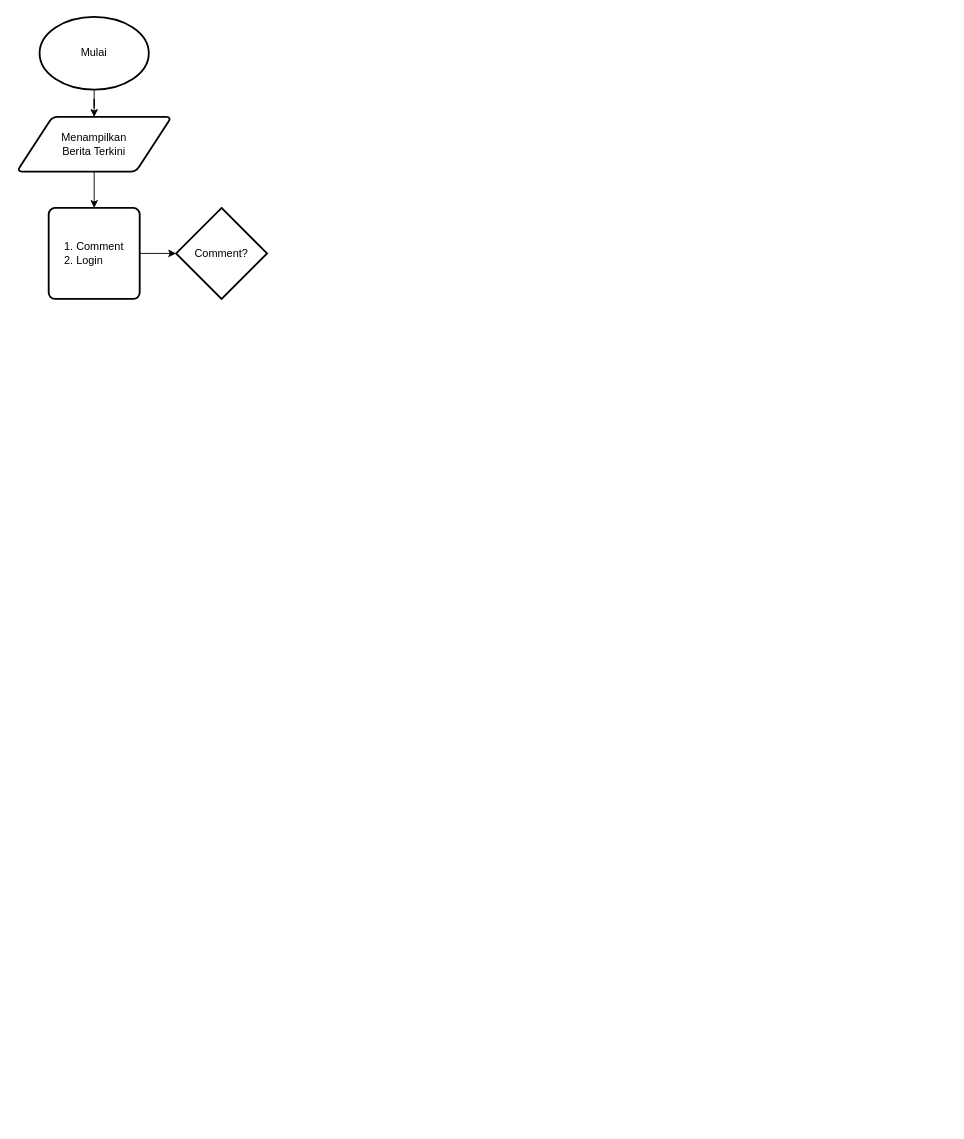
dapzz-id/DrawIO keeps this draw.io diagram as app-berita.drawio. Above is the earlier version. Source tidied: cells renumbered, new cells numbered last; positions are measured from the earlier drawing's top-left corner, leaving out a move shared by most shapes. Both pictures are drawn from the tidied source at 91%, with x=0, y=0 at pixel (16, 16).
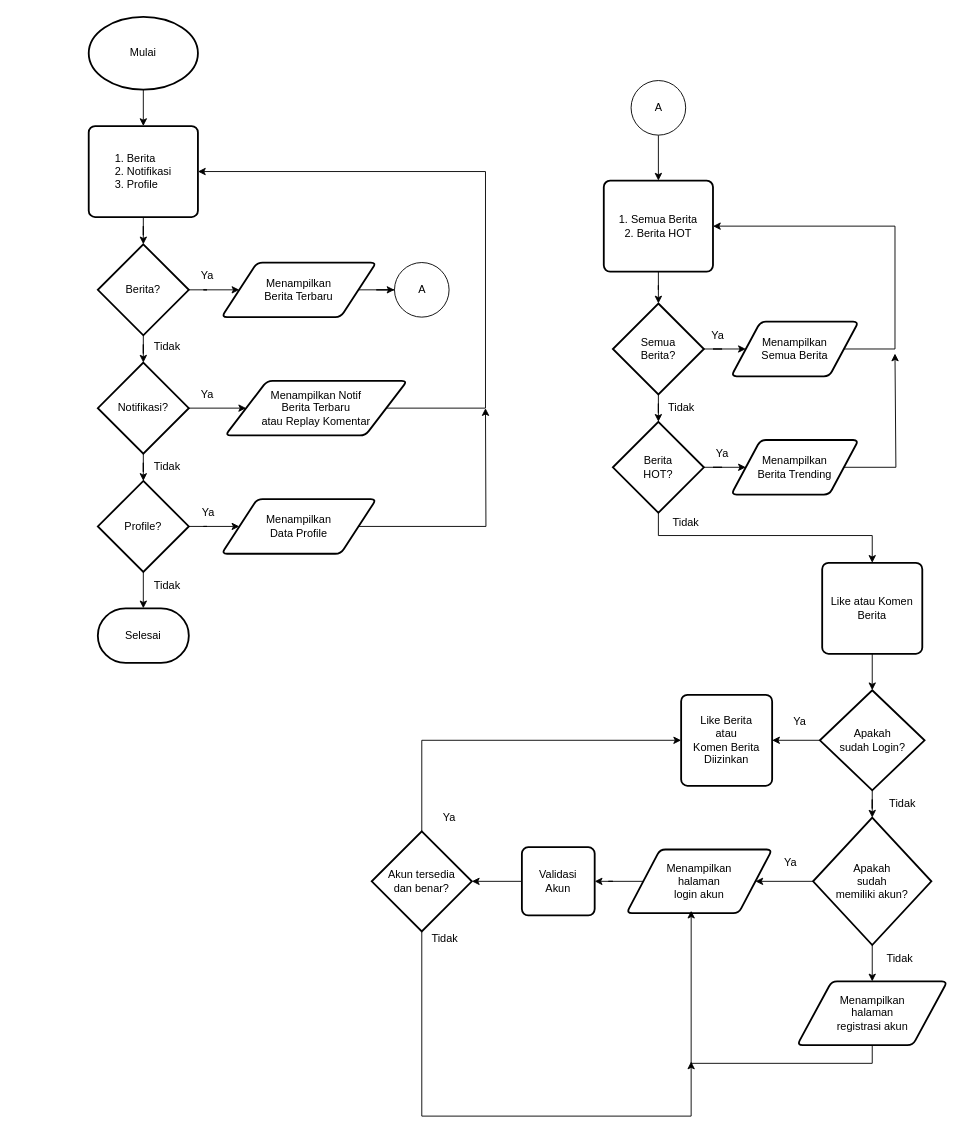
The same page after the edit.

Change to the diagram source:
```diff
@@
-    <mxCell id="2" style="edgeStyle=orthogonalEdgeStyle;rounded=0;jettySize=auto;html=1;" parent="1" edge="1" source="3" target="5">
-      <mxGeometry relative="1" as="geometry" />
-    </mxCell>
+    <mxCell id="9" style="edgeStyle=orthogonalEdgeStyle;rounded=0;jettySize=auto;html=1;" parent="1" edge="1" source="3" target="7">
+      <mxGeometry relative="1" as="geometry" />
+    </mxCell>
     <mxCell id="3" value="Mulai" style="strokeWidth=2;html=1;shape=mxgraph.flowchart.start_2;whiteSpace=wrap;" parent="1" vertex="1">
-      <mxGeometry x="25" width="120" height="80" as="geometry" />
+      <mxGeometry x="79" width="120" height="80" as="geometry" />
     </mxCell>
-    <mxCell id="4" style="edgeStyle=orthogonalEdgeStyle;rounded=0;jettySize=auto;html=1;" parent="1" edge="1" source="5" target="7">
-      <mxGeometry relative="1" as="geometry" />
-    </mxCell>
+    <mxCell id="10" style="edgeStyle=orthogonalEdgeStyle;rounded=0;jettySize=auto;html=1;" parent="1" edge="1" source="5" target="45">
+      <mxGeometry relative="1" as="geometry" />
+    </mxCell>
-    <mxCell id="5" value="Menampilkan&lt;div&gt;Berita Terkini&lt;/div&gt;" style="shape=parallelogram;html=1;strokeWidth=2;perimeter=parallelogramPerimeter;whiteSpace=wrap;rounded=1;arcSize=12;size=0.23;" parent="1" vertex="1">
-      <mxGeometry y="110" width="170" height="60" as="geometry" />
+    <mxCell id="5" value="Menampilkan&lt;div&gt;Berita Terbaru&lt;/div&gt;" style="shape=parallelogram;html=1;strokeWidth=2;perimeter=parallelogramPerimeter;whiteSpace=wrap;rounded=1;arcSize=12;size=0.23;" parent="1" vertex="1">
+      <mxGeometry x="225" y="270" width="170" height="60" as="geometry" />
     </mxCell>
-    <mxCell id="6" style="edgeStyle=orthogonalEdgeStyle;rounded=0;jettySize=auto;html=1;" parent="1" edge="1" source="7" target="8">
-      <mxGeometry relative="1" as="geometry" />
-    </mxCell>
+    <mxCell id="11" style="edgeStyle=orthogonalEdgeStyle;rounded=0;jettySize=auto;html=1;" parent="1" edge="1" source="7" target="27">
+      <mxGeometry relative="1" as="geometry" />
+    </mxCell>
-    <mxCell id="7" value="&lt;div style=&quot;text-align: justify;&quot;&gt;&lt;span style=&quot;background-color: initial;&quot;&gt;1. Comment&lt;/span&gt;&lt;/div&gt;&lt;div style=&quot;text-align: justify;&quot;&gt;2. Login&lt;/div&gt;" style="rounded=1;whiteSpace=wrap;html=1;absoluteArcSize=1;arcSize=14;strokeWidth=2;" parent="1" vertex="1">
-      <mxGeometry x="35" y="210" width="100" height="100" as="geometry" />
+    <mxCell id="7" value="&lt;div style=&quot;text-align: justify;&quot;&gt;1. Berita&lt;/div&gt;&lt;div style=&quot;text-align: justify;&quot;&gt;2. Notifikasi&lt;/div&gt;&lt;div style=&quot;text-align: justify;&quot;&gt;3. Profile&lt;/div&gt;" style="rounded=1;whiteSpace=wrap;html=1;absoluteArcSize=1;arcSize=14;strokeWidth=2;" parent="1" vertex="1">
+      <mxGeometry x="79" y="120" width="120" height="100" as="geometry" />
     </mxCell>
-    <mxCell id="8" value="Comment?" style="strokeWidth=2;html=1;shape=mxgraph.flowchart.decision;whiteSpace=wrap;" parent="1" vertex="1">
-      <mxGeometry x="175" y="210" width="100" height="100" as="geometry" />
-    </mxCell>
+    <mxCell id="12" style="edgeStyle=orthogonalEdgeStyle;rounded=0;jettySize=auto;html=1;" parent="1" edge="1" source="14" target="16">
+      <mxGeometry relative="1" as="geometry" />
+    </mxCell>
+    <mxCell id="13" style="edgeStyle=orthogonalEdgeStyle;rounded=0;jettySize=auto;html=1;" parent="1" edge="1" source="14" target="20">
+      <mxGeometry relative="1" as="geometry" />
+    </mxCell>
+    <mxCell id="14" value="Semua&lt;div&gt;Berita?&lt;/div&gt;" style="strokeWidth=2;html=1;shape=mxgraph.flowchart.decision;whiteSpace=wrap;" parent="1" vertex="1">
+      <mxGeometry x="655" y="315" width="100" height="100" as="geometry" />
+    </mxCell>
+    <mxCell id="15" style="edgeStyle=orthogonalEdgeStyle;rounded=0;jettySize=auto;html=1;exitX=1;exitY=0.5;exitDx=0;exitDy=0;entryX=1;entryY=0.5;entryDx=0;entryDy=0;" parent="1" edge="1" source="16" target="49">
+      <mxGeometry relative="1" as="geometry">
+        <Array as="points">
+          <mxPoint x="965" y="365" />
+          <mxPoint x="965" y="230" />
+        </Array>
+      </mxGeometry>
+    </mxCell>
+    <mxCell id="16" value="Menampilkan&lt;div&gt;Semua Berita&lt;/div&gt;" style="shape=parallelogram;html=1;strokeWidth=2;perimeter=parallelogramPerimeter;whiteSpace=wrap;rounded=1;arcSize=12;size=0.23;" parent="1" vertex="1">
+      <mxGeometry x="785" y="335" width="140" height="60" as="geometry" />
+    </mxCell>
+    <mxCell id="17" value="Ya" style="text;html=1;align=center;verticalAlign=middle;strokeColor=none;fillColor=none;" parent="1" vertex="1">
+      <mxGeometry x="750" y="335" width="40" height="30" as="geometry" />
+    </mxCell>
+    <mxCell id="18" style="edgeStyle=orthogonalEdgeStyle;rounded=0;jettySize=auto;html=1;" parent="1" edge="1" source="20" target="23">
+      <mxGeometry relative="1" as="geometry" />
+    </mxCell>
+    <mxCell id="19" style="edgeStyle=orthogonalEdgeStyle;rounded=0;jettySize=auto;html=1;" parent="1" edge="1" source="20" target="51">
+      <mxGeometry relative="1" as="geometry">
+        <Array as="points">
+          <mxPoint x="705" y="570" />
+          <mxPoint x="940" y="570" />
+        </Array>
+      </mxGeometry>
+    </mxCell>
+    <mxCell id="20" value="Berita&lt;div&gt;HOT?&lt;/div&gt;" style="strokeWidth=2;html=1;shape=mxgraph.flowchart.decision;whiteSpace=wrap;" parent="1" vertex="1">
+      <mxGeometry x="655" y="445" width="100" height="100" as="geometry" />
+    </mxCell>
+    <mxCell id="21" value="Tidak" style="text;html=1;align=center;verticalAlign=middle;strokeColor=none;fillColor=none;" parent="1" vertex="1">
+      <mxGeometry x="705" y="415" width="50" height="30" as="geometry" />
+    </mxCell>
+    <mxCell id="22" style="edgeStyle=orthogonalEdgeStyle;rounded=0;jettySize=auto;html=1;exitX=1;exitY=0.5;exitDx=0;exitDy=0;" parent="1" edge="1" source="23">
+      <mxGeometry relative="1" as="geometry">
+        <mxPoint x="965" y="370" as="targetPoint" />
+        <Array as="points">
+          <mxPoint x="966" y="495" />
+          <mxPoint x="966" y="370" />
+        </Array>
+      </mxGeometry>
+    </mxCell>
+    <mxCell id="23" value="Menampilkan&lt;div&gt;Berita Trending&lt;/div&gt;" style="shape=parallelogram;html=1;strokeWidth=2;perimeter=parallelogramPerimeter;whiteSpace=wrap;rounded=1;arcSize=12;size=0.23;" parent="1" vertex="1">
+      <mxGeometry x="785" y="465" width="140" height="60" as="geometry" />
+    </mxCell>
+    <mxCell id="24" value="Ya" style="text;html=1;align=center;verticalAlign=middle;strokeColor=none;fillColor=none;" parent="1" vertex="1">
+      <mxGeometry x="755" y="465" width="40" height="30" as="geometry" />
+    </mxCell>
+    <mxCell id="25" style="edgeStyle=orthogonalEdgeStyle;rounded=0;jettySize=auto;html=1;" parent="1" edge="1" source="27" target="5">
+      <mxGeometry relative="1" as="geometry" />
+    </mxCell>
+    <mxCell id="26" style="edgeStyle=orthogonalEdgeStyle;rounded=0;jettySize=auto;html=1;" parent="1" edge="1" source="27" target="31">
+      <mxGeometry relative="1" as="geometry" />
+    </mxCell>
+    <mxCell id="27" value="Berita?" style="strokeWidth=2;html=1;shape=mxgraph.flowchart.decision;whiteSpace=wrap;" parent="1" vertex="1">
+      <mxGeometry x="89" y="250" width="100" height="100" as="geometry" />
+    </mxCell>
+    <mxCell id="28" value="Ya" style="text;html=1;align=center;verticalAlign=middle;strokeColor=none;fillColor=none;" parent="1" vertex="1">
+      <mxGeometry x="189" y="270" width="40" height="30" as="geometry" />
+    </mxCell>
+    <mxCell id="29" style="edgeStyle=orthogonalEdgeStyle;rounded=0;jettySize=auto;html=1;" parent="1" edge="1" source="31" target="33">
+      <mxGeometry relative="1" as="geometry" />
+    </mxCell>
+    <mxCell id="30" style="edgeStyle=orthogonalEdgeStyle;rounded=0;jettySize=auto;html=1;" parent="1" edge="1" source="31" target="37">
+      <mxGeometry relative="1" as="geometry" />
+    </mxCell>
+    <mxCell id="31" value="Notifikasi?" style="strokeWidth=2;html=1;shape=mxgraph.flowchart.decision;whiteSpace=wrap;" parent="1" vertex="1">
+      <mxGeometry x="89" y="380" width="100" height="100" as="geometry" />
+    </mxCell>
+    <mxCell id="32" style="edgeStyle=orthogonalEdgeStyle;rounded=0;jettySize=auto;html=1;exitX=1;exitY=0.5;exitDx=0;exitDy=0;entryX=1;entryY=0.5;entryDx=0;entryDy=0;" parent="1" edge="1" source="33" target="7">
+      <mxGeometry relative="1" as="geometry">
+        <Array as="points">
+          <mxPoint x="515" y="430" />
+          <mxPoint x="515" y="170" />
+        </Array>
+      </mxGeometry>
+    </mxCell>
+    <mxCell id="33" value="Menampilkan Notif&lt;div&gt;Berita Terbaru&lt;/div&gt;&lt;div&gt;atau Replay Komentar&lt;/div&gt;" style="shape=parallelogram;html=1;strokeWidth=2;perimeter=parallelogramPerimeter;whiteSpace=wrap;rounded=1;arcSize=12;size=0.23;" parent="1" vertex="1">
+      <mxGeometry x="229" y="400" width="200" height="60" as="geometry" />
+    </mxCell>
+    <mxCell id="34" value="Ya" style="text;html=1;align=center;verticalAlign=middle;strokeColor=none;fillColor=none;" parent="1" vertex="1">
+      <mxGeometry x="189" y="400" width="40" height="30" as="geometry" />
+    </mxCell>
+    <mxCell id="35" style="edgeStyle=orthogonalEdgeStyle;rounded=0;jettySize=auto;html=1;" parent="1" edge="1" source="37" target="41">
+      <mxGeometry relative="1" as="geometry" />
+    </mxCell>
+    <mxCell id="36" style="edgeStyle=orthogonalEdgeStyle;rounded=0;jettySize=auto;html=1;" parent="1" edge="1" source="37" target="43">
+      <mxGeometry relative="1" as="geometry" />
+    </mxCell>
+    <mxCell id="37" value="Profile?" style="strokeWidth=2;html=1;shape=mxgraph.flowchart.decision;whiteSpace=wrap;" parent="1" vertex="1">
+      <mxGeometry x="89" y="510" width="100" height="100" as="geometry" />
+    </mxCell>
+    <mxCell id="38" value="Tidak" style="text;html=1;align=center;verticalAlign=middle;strokeColor=none;fillColor=none;" parent="1" vertex="1">
+      <mxGeometry x="140" y="348" width="50" height="30" as="geometry" />
+    </mxCell>
+    <mxCell id="39" value="Tidak" style="text;html=1;align=center;verticalAlign=middle;strokeColor=none;fillColor=none;" parent="1" vertex="1">
+      <mxGeometry x="140" y="480" width="50" height="30" as="geometry" />
+    </mxCell>
+    <mxCell id="40" style="edgeStyle=orthogonalEdgeStyle;rounded=0;jettySize=auto;html=1;" parent="1" edge="1" source="41">
+      <mxGeometry relative="1" as="geometry">
+        <mxPoint x="515" y="430" as="targetPoint" />
+      </mxGeometry>
+    </mxCell>
+    <mxCell id="41" value="Menampilkan&lt;div&gt;Data Profile&lt;/div&gt;" style="shape=parallelogram;html=1;strokeWidth=2;perimeter=parallelogramPerimeter;whiteSpace=wrap;rounded=1;arcSize=12;size=0.23;" parent="1" vertex="1">
+      <mxGeometry x="225" y="530" width="170" height="60" as="geometry" />
+    </mxCell>
+    <mxCell id="42" value="Ya" style="text;html=1;align=center;verticalAlign=middle;strokeColor=none;fillColor=none;" parent="1" vertex="1">
+      <mxGeometry x="190" y="530" width="40" height="30" as="geometry" />
+    </mxCell>
+    <mxCell id="43" value="Selesai" style="strokeWidth=2;html=1;shape=mxgraph.flowchart.terminator;whiteSpace=wrap;" parent="1" vertex="1">
+      <mxGeometry x="89" y="650" width="100" height="60" as="geometry" />
+    </mxCell>
+    <mxCell id="44" value="Tidak" style="text;html=1;align=center;verticalAlign=middle;strokeColor=none;fillColor=none;" parent="1" vertex="1">
+      <mxGeometry x="140" y="610" width="50" height="30" as="geometry" />
+    </mxCell>
+    <mxCell id="45" value="A" style="verticalLabelPosition=middle;verticalAlign=middle;html=1;shape=mxgraph.flowchart.on-page_reference;labelPosition=center;align=center;" parent="1" vertex="1">
+      <mxGeometry x="415" y="270" width="60" height="60" as="geometry" />
+    </mxCell>
+    <mxCell id="46" style="edgeStyle=orthogonalEdgeStyle;rounded=0;jettySize=auto;html=1;" parent="1" edge="1" source="47" target="49">
+      <mxGeometry relative="1" as="geometry" />
+    </mxCell>
+    <mxCell id="47" value="A" style="verticalLabelPosition=middle;verticalAlign=middle;html=1;shape=mxgraph.flowchart.on-page_reference;labelPosition=center;align=center;" parent="1" vertex="1">
+      <mxGeometry x="675" y="70" width="60" height="60" as="geometry" />
+    </mxCell>
+    <mxCell id="48" style="edgeStyle=orthogonalEdgeStyle;rounded=0;jettySize=auto;html=1;" parent="1" edge="1" source="49" target="14">
+      <mxGeometry relative="1" as="geometry" />
+    </mxCell>
+    <mxCell id="49" value="1. Semua Berita&lt;div&gt;2. Berita HOT&lt;/div&gt;" style="rounded=1;whiteSpace=wrap;html=1;absoluteArcSize=1;arcSize=14;strokeWidth=2;align=center;" parent="1" vertex="1">
+      <mxGeometry x="645" y="180" width="120" height="100" as="geometry" />
+    </mxCell>
+    <mxCell id="50" style="edgeStyle=orthogonalEdgeStyle;rounded=0;jettySize=auto;html=1;" parent="1" edge="1" source="51" target="55">
+      <mxGeometry relative="1" as="geometry" />
+    </mxCell>
+    <mxCell id="51" value="Like atau Komen&lt;div&gt;Berita&lt;/div&gt;" style="rounded=1;whiteSpace=wrap;html=1;absoluteArcSize=1;arcSize=14;strokeWidth=2;" parent="1" vertex="1">
+      <mxGeometry x="885" y="600" width="110" height="100" as="geometry" />
+    </mxCell>
+    <mxCell id="52" value="Tidak" style="text;html=1;align=center;verticalAlign=middle;strokeColor=none;fillColor=none;" parent="1" vertex="1">
+      <mxGeometry x="710" y="541" width="50" height="30" as="geometry" />
+    </mxCell>
+    <mxCell id="53" style="edgeStyle=orthogonalEdgeStyle;rounded=0;jettySize=auto;html=1;" parent="1" edge="1" source="55" target="56">
+      <mxGeometry relative="1" as="geometry" />
+    </mxCell>
+    <mxCell id="54" style="edgeStyle=orthogonalEdgeStyle;rounded=0;jettySize=auto;html=1;" parent="1" edge="1" source="55" target="60">
+      <mxGeometry relative="1" as="geometry" />
+    </mxCell>
+    <mxCell id="55" value="Apakah&lt;div&gt;sudah Login?&lt;/div&gt;" style="strokeWidth=2;html=1;shape=mxgraph.flowchart.decision;whiteSpace=wrap;" parent="1" vertex="1">
+      <mxGeometry x="882.5" y="740" width="115" height="110" as="geometry" />
+    </mxCell>
+    <mxCell id="56" value="Like Berita&lt;div&gt;atau&lt;/div&gt;&lt;div&gt;Komen Berita&lt;/div&gt;&lt;div&gt;Diizinkan&lt;/div&gt;" style="rounded=1;whiteSpace=wrap;html=1;absoluteArcSize=1;arcSize=14;strokeWidth=2;" parent="1" vertex="1">
+      <mxGeometry x="730" y="745" width="100" height="100" as="geometry" />
+    </mxCell>
+    <mxCell id="57" value="Ya" style="text;html=1;align=center;verticalAlign=middle;strokeColor=none;fillColor=none;" parent="1" vertex="1">
+      <mxGeometry x="840" y="760" width="40" height="30" as="geometry" />
+    </mxCell>
+    <mxCell id="58" style="edgeStyle=orthogonalEdgeStyle;rounded=0;jettySize=auto;html=1;" parent="1" edge="1" source="60" target="61">
+      <mxGeometry relative="1" as="geometry" />
+    </mxCell>
+    <mxCell id="59" style="edgeStyle=orthogonalEdgeStyle;rounded=0;jettySize=auto;html=1;" parent="1" edge="1" source="60" target="65">
+      <mxGeometry relative="1" as="geometry" />
+    </mxCell>
+    <mxCell id="60" value="Apakah&lt;div&gt;sudah&lt;/div&gt;&lt;div&gt;memiliki akun?&lt;/div&gt;" style="strokeWidth=2;html=1;shape=mxgraph.flowchart.decision;whiteSpace=wrap;" parent="1" vertex="1">
+      <mxGeometry x="875" y="880" width="130" height="140" as="geometry" />
+    </mxCell>
+    <mxCell id="61" value="Menampilkan&lt;div&gt;halaman&lt;/div&gt;&lt;div&gt;registrasi akun&lt;/div&gt;" style="shape=parallelogram;html=1;strokeWidth=2;perimeter=parallelogramPerimeter;whiteSpace=wrap;rounded=1;arcSize=12;size=0.23;" parent="1" vertex="1">
+      <mxGeometry x="857.5" y="1060" width="165" height="70" as="geometry" />
+    </mxCell>
+    <mxCell id="62" value="Tidak" style="text;html=1;align=center;verticalAlign=middle;strokeColor=none;fillColor=none;" parent="1" vertex="1">
+      <mxGeometry x="945" y="1020" width="50" height="30" as="geometry" />
+    </mxCell>
+    <mxCell id="63" value="Tidak" style="text;html=1;align=center;verticalAlign=middle;strokeColor=none;fillColor=none;" parent="1" vertex="1">
+      <mxGeometry x="947.5" y="850" width="50" height="30" as="geometry" />
+    </mxCell>
+    <mxCell id="64" style="edgeStyle=orthogonalEdgeStyle;rounded=0;jettySize=auto;html=1;" parent="1" edge="1" source="65" target="69">
+      <mxGeometry relative="1" as="geometry" />
+    </mxCell>
+    <mxCell id="65" value="Menampilkan&lt;div&gt;halaman&lt;/div&gt;&lt;div&gt;login akun&lt;/div&gt;" style="shape=parallelogram;html=1;strokeWidth=2;perimeter=parallelogramPerimeter;whiteSpace=wrap;rounded=1;arcSize=12;size=0.23;" parent="1" vertex="1">
+      <mxGeometry x="670" y="915" width="160" height="70" as="geometry" />
+    </mxCell>
+    <mxCell id="66" value="Ya" style="text;html=1;align=center;verticalAlign=middle;strokeColor=none;fillColor=none;" parent="1" vertex="1">
+      <mxGeometry x="830" y="915" width="40" height="30" as="geometry" />
+    </mxCell>
+    <mxCell id="67" style="edgeStyle=orthogonalEdgeStyle;rounded=0;jettySize=auto;html=1;exitX=0.5;exitY=1;exitDx=0;exitDy=0;entryX=0.444;entryY=0.961;entryDx=0;entryDy=0;entryPerimeter=0;" parent="1" edge="1" source="61" target="65">
+      <mxGeometry relative="1" as="geometry" />
+    </mxCell>
+    <mxCell id="68" style="edgeStyle=orthogonalEdgeStyle;rounded=0;jettySize=auto;html=1;" parent="1" edge="1" source="69" target="72">
+      <mxGeometry relative="1" as="geometry" />
+    </mxCell>
+    <mxCell id="69" value="Validasi&lt;div&gt;Akun&lt;/div&gt;" style="rounded=1;whiteSpace=wrap;html=1;absoluteArcSize=1;arcSize=14;strokeWidth=2;" parent="1" vertex="1">
+      <mxGeometry x="555" y="912.5" width="80" height="75" as="geometry" />
+    </mxCell>
+    <mxCell id="70" style="edgeStyle=orthogonalEdgeStyle;rounded=0;jettySize=auto;html=1;exitX=0.5;exitY=0;exitDx=0;exitDy=0;exitPerimeter=0;entryX=0;entryY=0.5;entryDx=0;entryDy=0;" parent="1" edge="1" source="72" target="56">
+      <mxGeometry relative="1" as="geometry" />
+    </mxCell>
+    <mxCell id="71" style="edgeStyle=orthogonalEdgeStyle;rounded=0;jettySize=auto;html=1;exitX=0.5;exitY=1;exitDx=0;exitDy=0;exitPerimeter=0;" parent="1" edge="1" source="72">
+      <mxGeometry relative="1" as="geometry">
+        <mxPoint x="741" y="1148" as="targetPoint" />
+        <Array as="points">
+          <mxPoint x="445" y="1208" />
+          <mxPoint x="741" y="1208" />
+        </Array>
+      </mxGeometry>
+    </mxCell>
+    <mxCell id="72" value="Akun tersedia&lt;div&gt;dan benar?&lt;/div&gt;" style="strokeWidth=2;html=1;shape=mxgraph.flowchart.decision;whiteSpace=wrap;" parent="1" vertex="1">
+      <mxGeometry x="390" y="895" width="110" height="110" as="geometry" />
+    </mxCell>
+    <mxCell id="73" value="Ya" style="text;html=1;align=center;verticalAlign=middle;strokeColor=none;fillColor=none;" parent="1" vertex="1">
+      <mxGeometry x="455" y="865" width="40" height="30" as="geometry" />
+    </mxCell>
+    <mxCell id="74" value="Tidak" style="text;html=1;align=center;verticalAlign=middle;strokeColor=none;fillColor=none;" parent="1" vertex="1">
+      <mxGeometry x="445" y="998" width="50" height="30" as="geometry" />
+    </mxCell>
```
